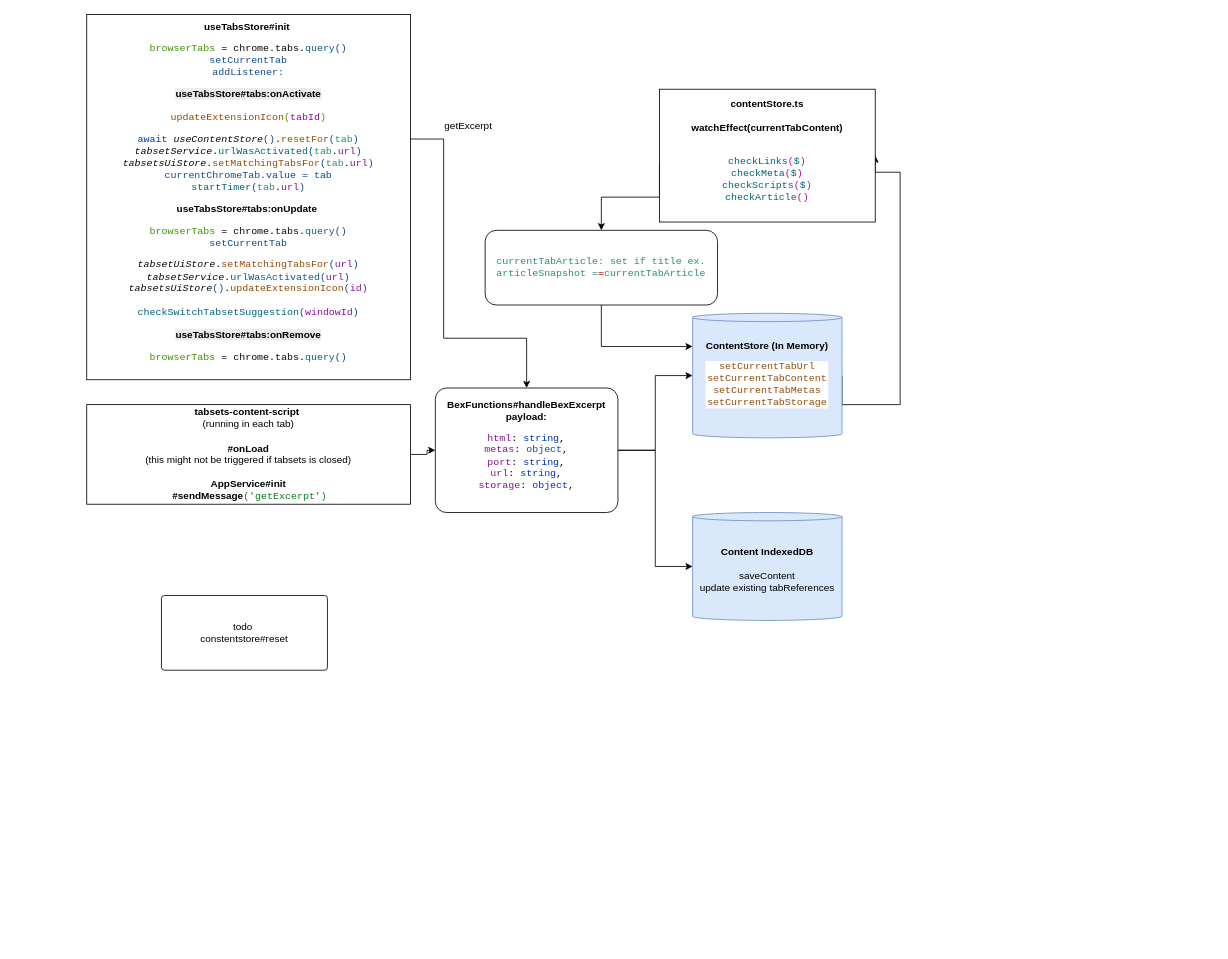
Before: docs/drawio/test.drawio in evandor/tabsets, a draw.io diagram. Source tidied: cells renumbered, new cells numbered last; positions are measured from the earlier drawing's top-left corner, leaving out a move shared by most shapes. Both pictures are drawn from the tidied source at 83%, with x=0, y=0 at pixel (86, 14).
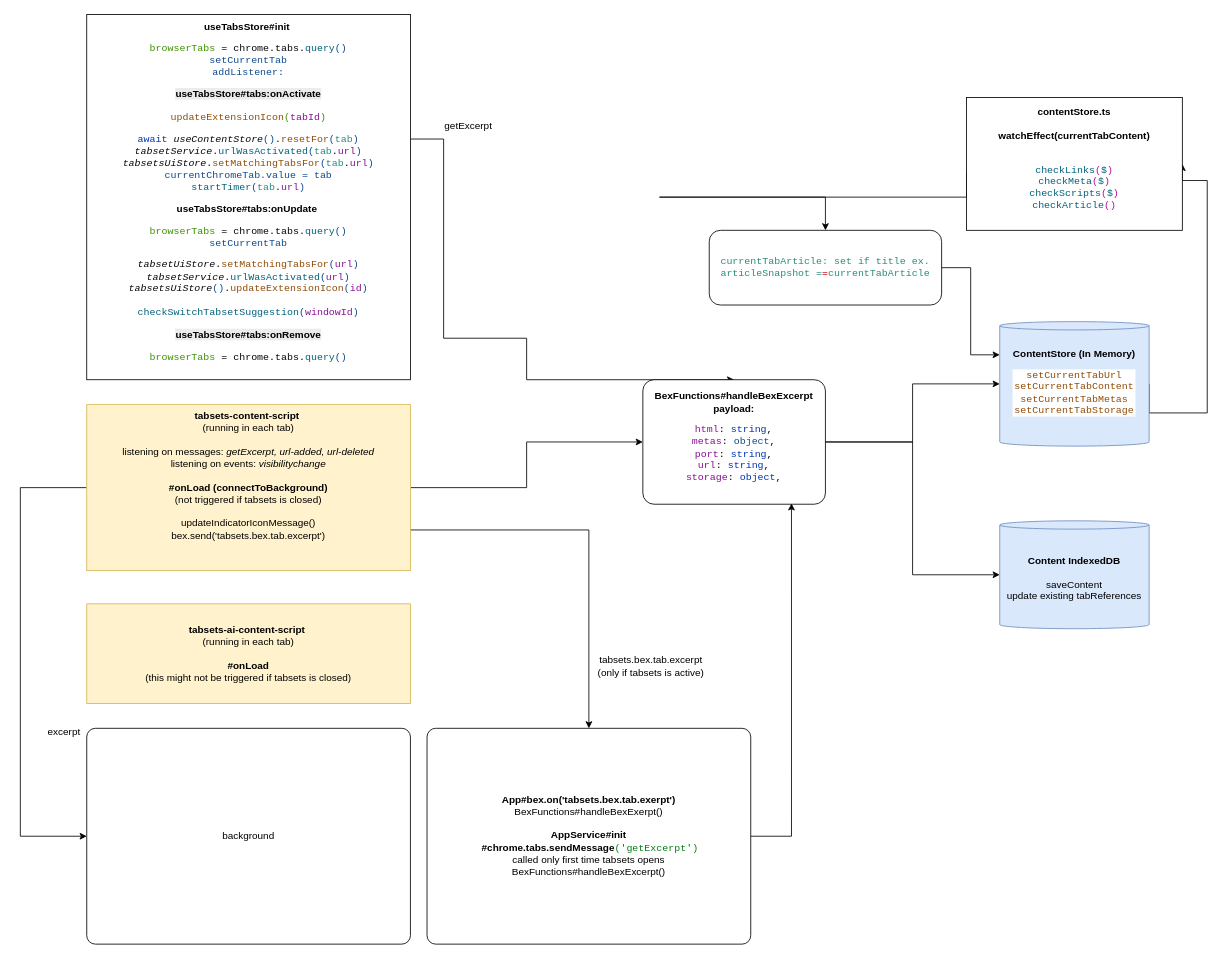
After the change.

What changed in the source:
```diff
@@
+    <mxCell id="18" style="edgeStyle=orthogonalEdgeStyle;rounded=0;jettySize=auto;html=1;entryX=0.5;entryY=0;entryDx=0;entryDy=0;" parent="1" edge="1" target="21">
+      <mxGeometry relative="1" as="geometry">
+        <mxPoint x="390" y="620" as="sourcePoint" />
+        <Array as="points">
+          <mxPoint x="390" y="621" />
+          <mxPoint x="605" y="621" />
+        </Array>
+      </mxGeometry>
+    </mxCell>
+    <mxCell id="19" style="edgeStyle=orthogonalEdgeStyle;rounded=0;jettySize=auto;html=1;entryX=0;entryY=0.5;entryDx=0;entryDy=0;exitX=0;exitY=0.5;exitDx=0;exitDy=0;" parent="1" edge="1" source="3" target="4">
+      <mxGeometry relative="1" as="geometry">
+        <Array as="points">
+          <mxPoint x="-80" y="570" />
+          <mxPoint x="-80" y="990" />
+        </Array>
+      </mxGeometry>
+    </mxCell>
-    <mxCell id="3" value="&lt;b&gt;tabsets-content-script&amp;nbsp;&lt;/b&gt;&lt;br&gt;(running in each tab)&lt;br&gt;&lt;div&gt;&lt;b&gt;&lt;br&gt;&lt;/b&gt;&lt;/div&gt;&lt;div&gt;&lt;b&gt;#onLoad&lt;/b&gt;&lt;/div&gt;&lt;div&gt;(this might not be triggered if tabsets is closed)&lt;/div&gt;&lt;div&gt;&lt;b&gt;&lt;br&gt;&lt;/b&gt;&lt;/div&gt;&lt;div&gt;&lt;b&gt;AppService#init&lt;/b&gt;&lt;/div&gt;&lt;div&gt;&lt;b&gt;&amp;nbsp;#sendMessage&lt;/b&gt;&lt;span style=&quot;background-color: light-dark(rgb(255, 255, 255), rgb(18, 18, 18)); color: light-dark(rgb(6, 125, 23), rgb(84, 186, 99)); font-family: &amp;quot;JetBrains Mono&amp;quot;, monospace;&quot;&gt;(&lt;/span&gt;&lt;span style=&quot;background-color: rgb(255, 255, 255); color: rgb(6, 125, 23); font-family: &amp;quot;JetBrains Mono&amp;quot;, monospace;&quot;&gt;'&lt;/span&gt;&lt;span style=&quot;background-color: light-dark(rgb(255, 255, 255), rgb(18, 18, 18)); color: light-dark(rgb(6, 125, 23), rgb(84, 186, 99)); font-family: &amp;quot;JetBrains Mono&amp;quot;, monospace;&quot;&gt;getExcerpt')&lt;/span&gt;&lt;/div&gt;" style="rounded=0;whiteSpace=wrap;html=1;" parent="1" vertex="1">
-      <mxGeometry y="470" width="390" height="120" as="geometry" />
+    <mxCell id="3" value="&lt;b&gt;tabsets-content-script&amp;nbsp;&lt;/b&gt;&lt;br&gt;(running in each tab)&lt;div&gt;&lt;br&gt;&lt;/div&gt;&lt;div&gt;listening on messages: &lt;i&gt;getExcerpt, url-added, url-deleted&lt;/i&gt;&lt;br&gt;listening on events: &lt;i&gt;visibilitychange&lt;/i&gt;&lt;br&gt;&lt;div&gt;&lt;b&gt;&lt;br&gt;&lt;/b&gt;&lt;/div&gt;&lt;div&gt;&lt;b&gt;#onLoad (connectToBackground)&lt;/b&gt;&lt;/div&gt;&lt;div&gt;(not triggered if tabsets is closed)&lt;br&gt;&lt;br&gt;updateIndicatorIconMessage()&lt;/div&gt;&lt;div&gt;bex.send('tabsets.bex.tab.excerpt')&lt;/div&gt;&lt;div&gt;&lt;b&gt;&lt;br&gt;&lt;/b&gt;&lt;/div&gt;&lt;div&gt;&lt;br&gt;&lt;/div&gt;&lt;/div&gt;" style="rounded=0;whiteSpace=wrap;html=1;fillColor=#fff2cc;strokeColor=#d6b656;" parent="1" vertex="1">
+      <mxGeometry y="470" width="390" height="200" as="geometry" />
     </mxCell>
-    <mxCell id="4" value="todo&amp;nbsp;&lt;div&gt;constentstore#reset&lt;/div&gt;" style="rounded=1;whiteSpace=wrap;html=1;arcSize=4;" parent="1" vertex="1">
-      <mxGeometry x="90" y="700" width="200" height="90" as="geometry" />
+    <mxCell id="4" value="background" style="rounded=1;whiteSpace=wrap;html=1;arcSize=4;" parent="1" vertex="1">
+      <mxGeometry y="860" width="390" height="260" as="geometry" />
     </mxCell>
     <mxCell id="5" value="&lt;b&gt;Content IndexedDB&lt;br&gt;&lt;br&gt;&lt;/b&gt;&lt;div&gt;saveContent&lt;br&gt;update existing tabReferences&lt;/div&gt;" style="shape=cylinder3;whiteSpace=wrap;html=1;boundedLbl=1;backgroundOutline=1;size=5;fillColor=#dae8fc;strokeColor=#6c8ebf;" parent="1" vertex="1">
-      <mxGeometry x="730" y="600" width="180" height="130" as="geometry" />
+      <mxGeometry x="1100" y="610" width="180" height="130" as="geometry" />
     </mxCell>
     <mxCell id="6" style="edgeStyle=orthogonalEdgeStyle;rounded=0;jettySize=auto;html=1;entryX=1;entryY=0.5;entryDx=0;entryDy=0;exitX=1;exitY=0.5;exitDx=0;exitDy=0;exitPerimeter=0;" parent="1" edge="1" source="7" target="14">
       <mxGeometry relative="1" as="geometry">
         <Array as="points">
-          <mxPoint x="910" y="470" />
-          <mxPoint x="980" y="470" />
-          <mxPoint x="980" y="190" />
+          <mxPoint x="1280" y="480" />
+          <mxPoint x="1350" y="480" />
+          <mxPoint x="1350" y="200" />
         </Array>
       </mxGeometry>
     </mxCell>
     <mxCell id="7" value="&lt;b&gt;ContentStore (In Memory)&lt;br&gt;&lt;/b&gt;&lt;div style=&quot;background-color: rgb(255, 255, 255); color: rgb(8, 8, 8);&quot;&gt;&lt;pre style=&quot;font-family:'JetBrains Mono',monospace;font-size:9,8pt;&quot;&gt;&lt;span style=&quot;color: rgb(145, 76, 7);&quot;&gt;setCurrentTabUrl&lt;/span&gt;&lt;span style=&quot;color: rgb(63, 145, 1);&quot;&gt;&lt;br&gt;&lt;/span&gt;&lt;span style=&quot;color: rgb(145, 76, 7);&quot;&gt;setCurrentTabContent&lt;/span&gt;&lt;span style=&quot;color: rgb(63, 145, 1);&quot;&gt;&lt;br&gt;&lt;/span&gt;&lt;span style=&quot;color: rgb(145, 76, 7);&quot;&gt;setCurrentTabMetas&lt;br&gt;setCurrentTabStorage&lt;/span&gt;&lt;/pre&gt;&lt;/div&gt;" style="shape=cylinder3;whiteSpace=wrap;html=1;boundedLbl=1;backgroundOutline=1;size=5;fillColor=#dae8fc;strokeColor=#6c8ebf;" parent="1" vertex="1">
-      <mxGeometry x="730" y="360" width="180" height="150" as="geometry" />
+      <mxGeometry x="1100" y="370" width="180" height="150" as="geometry" />
     </mxCell>
@@
     <mxCell id="11" value="&lt;b&gt;BexFunctions#handleBexExcerpt&lt;br&gt;payload:&lt;br&gt;&lt;/b&gt;&lt;div style=&quot;background-color: rgb(255, 255, 255);&quot;&gt;&lt;pre style=&quot;font-family: &amp;quot;JetBrains Mono&amp;quot;, monospace;&quot;&gt;&lt;span style=&quot;color: rgb(135, 16, 148);&quot;&gt;html&lt;/span&gt;&lt;font color=&quot;#080808&quot;&gt;: &lt;/font&gt;&lt;span style=&quot;color: rgb(0, 51, 179);&quot;&gt;string&lt;/span&gt;&lt;font color=&quot;#080808&quot;&gt;,&lt;br&gt;&lt;/font&gt;&lt;span style=&quot;color: rgb(135, 16, 148);&quot;&gt;metas&lt;/span&gt;&lt;font color=&quot;#080808&quot;&gt;: &lt;/font&gt;&lt;font color=&quot;#0e4a8e&quot;&gt;object&lt;/font&gt;&lt;font color=&quot;#080808&quot;&gt;,&lt;br&gt;&lt;/font&gt;&lt;span style=&quot;color: rgb(135, 16, 148);&quot;&gt;port&lt;/span&gt;&lt;font color=&quot;#080808&quot;&gt;: &lt;/font&gt;&lt;span style=&quot;color: rgb(0, 51, 179);&quot;&gt;string&lt;/span&gt;&lt;font color=&quot;#080808&quot;&gt;,&lt;br&gt;&lt;/font&gt;&lt;span style=&quot;color: rgb(135, 16, 148);&quot;&gt;url&lt;/span&gt;&lt;font color=&quot;#080808&quot;&gt;: &lt;/font&gt;&lt;span style=&quot;color: rgb(0, 51, 179);&quot;&gt;string&lt;/span&gt;&lt;font color=&quot;#080808&quot;&gt;,&lt;br&gt;&lt;/font&gt;&lt;span style=&quot;color: rgb(135, 16, 148);&quot;&gt;storage&lt;/span&gt;&lt;font color=&quot;#080808&quot;&gt;: &lt;/font&gt;&lt;span style=&quot;color: rgb(0, 51, 179);&quot;&gt;object&lt;/span&gt;&lt;font color=&quot;#080808&quot;&gt;,&lt;/font&gt;&lt;/pre&gt;&lt;/div&gt;" style="rounded=1;whiteSpace=wrap;html=1;arcSize=9;" parent="1" vertex="1">
-      <mxGeometry x="420" y="450" width="220" height="150" as="geometry" />
+      <mxGeometry x="670" y="440" width="220" height="150" as="geometry" />
     </mxCell>
@@
     <mxCell id="14" value="&lt;b&gt;contentStore.ts&lt;/b&gt;&lt;div&gt;&lt;b&gt;&lt;br&gt;&lt;/b&gt;&lt;/div&gt;&lt;div&gt;&lt;b&gt;watchEffect(currentTabContent)&lt;br&gt;&lt;br&gt;&lt;/b&gt;&lt;div style=&quot;background-color:#ffffff;color:#080808&quot;&gt;&lt;pre style=&quot;font-family:'JetBrains Mono',monospace;font-size:9,8pt;&quot;&gt;&lt;span style=&quot;color:#00627a;&quot;&gt;checkLinks&lt;/span&gt;&lt;span style=&quot;color:#bc0ba2;&quot;&gt;(&lt;/span&gt;&lt;span style=&quot;color:#00627a;&quot;&gt;$&lt;/span&gt;&lt;span style=&quot;color:#bc0ba2;&quot;&gt;)&lt;br&gt;&lt;/span&gt;&lt;span style=&quot;color:#00627a;&quot;&gt;checkMeta&lt;/span&gt;&lt;span style=&quot;color:#bc0ba2;&quot;&gt;(&lt;/span&gt;&lt;span style=&quot;color:#00627a;&quot;&gt;$&lt;/span&gt;&lt;span style=&quot;color:#bc0ba2;&quot;&gt;)&lt;br&gt;&lt;/span&gt;&lt;span style=&quot;color:#00627a;&quot;&gt;checkScripts&lt;/span&gt;&lt;span style=&quot;color:#bc0ba2;&quot;&gt;(&lt;/span&gt;&lt;span style=&quot;color:#00627a;&quot;&gt;$&lt;/span&gt;&lt;span style=&quot;color:#bc0ba2;&quot;&gt;)&lt;br&gt;&lt;/span&gt;&lt;span style=&quot;color:#00627a;&quot;&gt;checkArticle&lt;/span&gt;&lt;span style=&quot;color:#bc0ba2;&quot;&gt;()&lt;/span&gt;&lt;/pre&gt;&lt;/div&gt;&lt;/div&gt;" style="rounded=0;whiteSpace=wrap;html=1;" parent="1" vertex="1">
-      <mxGeometry x="690" y="90" width="260" height="160" as="geometry" />
+      <mxGeometry x="1060" y="100" width="260" height="160" as="geometry" />
     </mxCell>
     <mxCell id="15" value="&lt;div style=&quot;background-color: rgb(255, 255, 255); color: rgb(8, 8, 8);&quot;&gt;&lt;pre style=&quot;font-family: &amp;quot;JetBrains Mono&amp;quot;, monospace;&quot;&gt;&lt;span style=&quot;color: rgb(42, 140, 124);&quot;&gt;currentTabArticle:&lt;/span&gt;&lt;span style=&quot;color: rgb(42, 140, 124);&quot;&gt;&lt;font color=&quot;rgba(0, 0, 0, 0)&quot;&gt; &lt;/font&gt;&lt;/span&gt;&lt;font color=&quot;#2a8c7c&quot;&gt;set if title ex.&lt;/font&gt;&lt;span style=&quot;color: rgb(0, 51, 179);&quot;&gt;&lt;br&gt;&lt;/span&gt;&lt;span style=&quot;color: rgb(42, 140, 124);&quot;&gt;articleSnapshot =&lt;/span&gt;&lt;font color=&quot;rgba(0, 0, 0, 0)&quot;&gt;=&lt;/font&gt;&lt;span style=&quot;color: rgb(42, 140, 124);&quot;&gt;currentTabArticle&lt;/span&gt;&lt;font color=&quot;rgba(0, 0, 0, 0)&quot;&gt;&lt;br&gt;&lt;/font&gt;&lt;/pre&gt;&lt;/div&gt;" style="rounded=1;whiteSpace=wrap;html=1;" parent="1" vertex="1">
-      <mxGeometry x="480" y="260" width="280" height="90" as="geometry" />
+      <mxGeometry x="750" y="260" width="280" height="90" as="geometry" />
     </mxCell>
@@
+    <mxCell id="20" value="&lt;b&gt;tabsets-ai-content-script&amp;nbsp;&lt;/b&gt;&lt;br&gt;(running in each tab)&lt;br&gt;&lt;div&gt;&lt;b&gt;&lt;br&gt;&lt;/b&gt;&lt;/div&gt;&lt;div&gt;&lt;b&gt;#onLoad&lt;/b&gt;&lt;/div&gt;&lt;div&gt;(this might not be triggered if tabsets is closed)&lt;/div&gt;" style="rounded=0;whiteSpace=wrap;html=1;fillColor=#fff2cc;strokeColor=#d6b656;" parent="1" vertex="1">
+      <mxGeometry y="710" width="390" height="120" as="geometry" />
+    </mxCell>
+    <mxCell id="21" value="&lt;div&gt;&lt;b&gt;App#bex.on('tabsets.bex.tab.exerpt')&lt;/b&gt;&lt;br&gt;BexFunctions#handleBexExerpt()&lt;/div&gt;&lt;div&gt;&lt;b&gt;&lt;br&gt;&lt;/b&gt;&lt;/div&gt;&lt;div&gt;&lt;b&gt;AppService#init&lt;/b&gt;&lt;/div&gt;&lt;div&gt;&lt;b&gt;&amp;nbsp;#chrome.tabs.sendMessage&lt;/b&gt;&lt;span style=&quot;background-color: light-dark(rgb(255, 255, 255), rgb(18, 18, 18)); color: light-dark(rgb(6, 125, 23), rgb(84, 186, 99)); font-family: &amp;quot;JetBrains Mono&amp;quot;, monospace;&quot;&gt;(&lt;/span&gt;&lt;span style=&quot;background-color: rgb(255, 255, 255); color: rgb(6, 125, 23); font-family: &amp;quot;JetBrains Mono&amp;quot;, monospace;&quot;&gt;'&lt;/span&gt;&lt;span style=&quot;background-color: light-dark(rgb(255, 255, 255), rgb(18, 18, 18)); color: light-dark(rgb(6, 125, 23), rgb(84, 186, 99)); font-family: &amp;quot;JetBrains Mono&amp;quot;, monospace;&quot;&gt;getExcerpt')&lt;br&gt;&lt;/span&gt;called only first time tabsets opens&lt;br&gt;BexFunctions#handleBexExcerpt()&lt;span style=&quot;background-color: light-dark(rgb(255, 255, 255), rgb(18, 18, 18)); color: light-dark(rgb(6, 125, 23), rgb(84, 186, 99)); font-family: &amp;quot;JetBrains Mono&amp;quot;, monospace;&quot;&gt;&lt;/span&gt;&lt;/div&gt;" style="rounded=1;whiteSpace=wrap;html=1;arcSize=4;" parent="1" vertex="1">
+      <mxGeometry x="410" y="860" width="390" height="260" as="geometry" />
+    </mxCell>
+    <mxCell id="22" value="tabsets.bex.tab.excerpt&lt;br&gt;(only if tabsets is active)" style="text;html=1;align=center;verticalAlign=middle;whiteSpace=wrap;rounded=0;" parent="1" vertex="1">
+      <mxGeometry x="600" y="770" width="160" height="30" as="geometry" />
+    </mxCell>
+    <mxCell id="23" value="excerpt" style="text;html=1;align=center;verticalAlign=middle;whiteSpace=wrap;rounded=0;" parent="1" vertex="1">
+      <mxGeometry x="-57" y="850" width="60" height="30" as="geometry" />
+    </mxCell>
+    <mxCell id="24" style="edgeStyle=orthogonalEdgeStyle;rounded=0;jettySize=auto;html=1;entryX=0.814;entryY=0.993;entryDx=0;entryDy=0;entryPerimeter=0;exitX=1;exitY=0.5;exitDx=0;exitDy=0;" parent="1" edge="1" source="21" target="11">
+      <mxGeometry relative="1" as="geometry" />
+    </mxCell>
```
